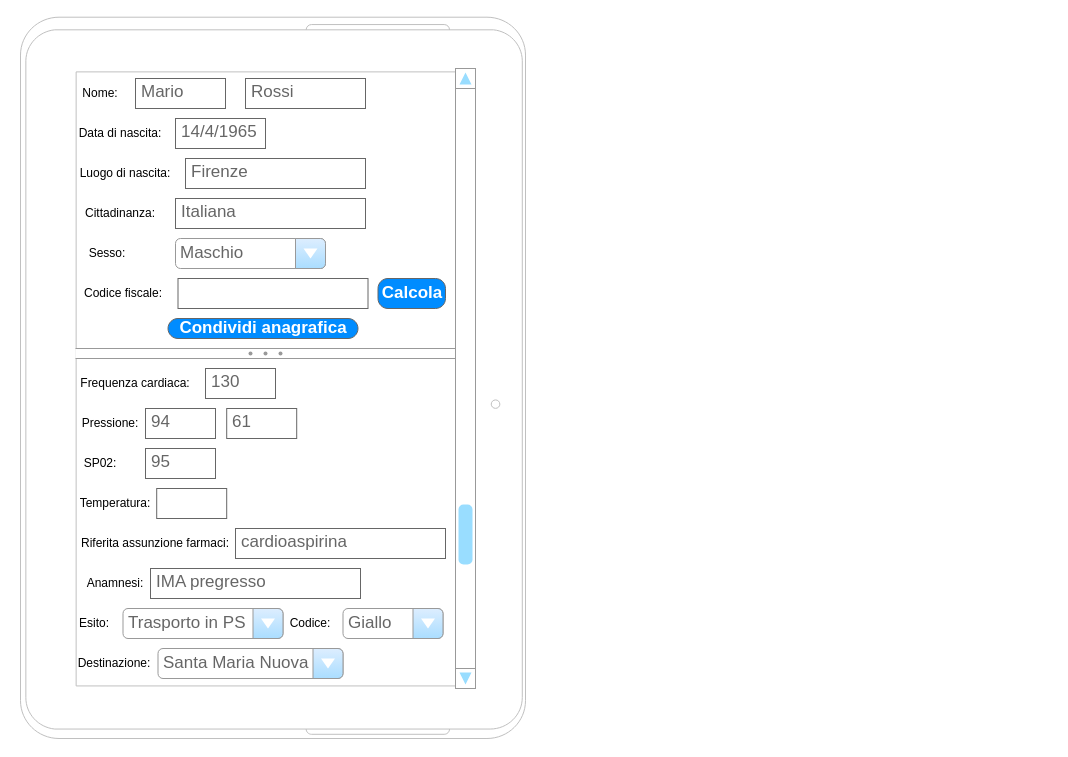
SimoMett/118-med-portal keeps this draw.io diagram as page "Soccorritore" (2 of 3) of doc/diagrams/mockups.drawio. Above is the earlier version. Source tidied: cells renumbered, new cells numbered last; positions are measured from the earlier drawing's top-left corner, leaving out a move shared by most shapes. Both pictures are drawn from the tidied source at 100%, with x=0, y=0 at pixel (20, 17).
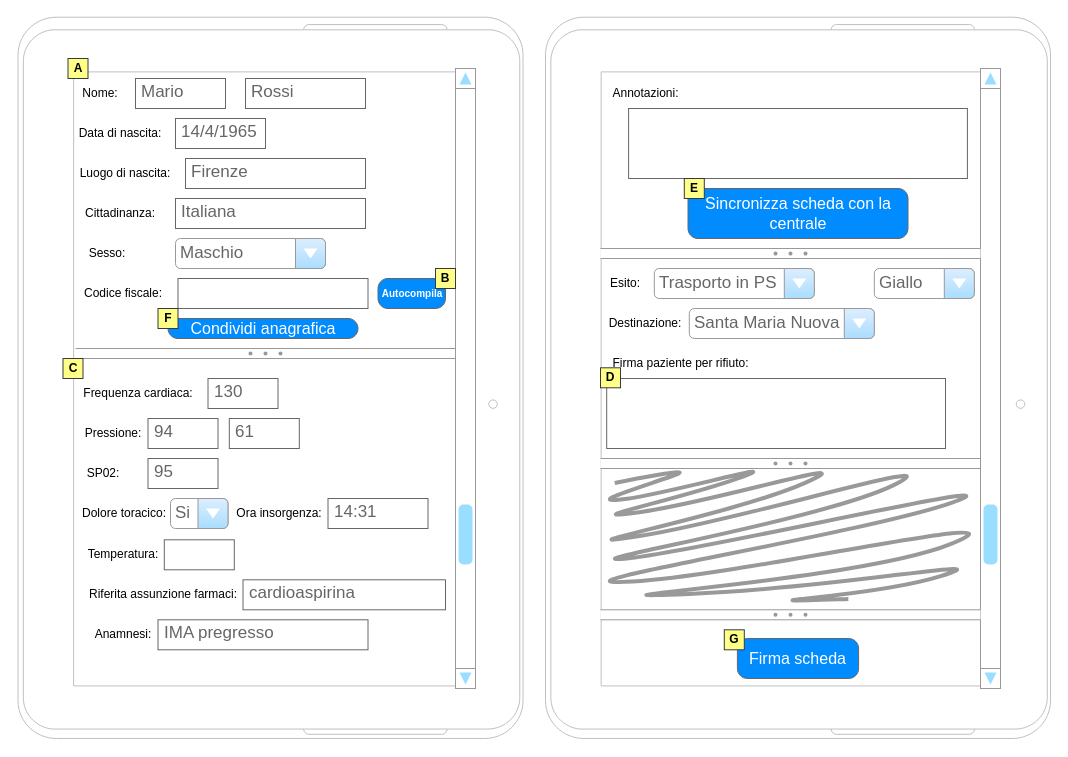
The same page after the edit.

Diff of the diagram source:
```diff
@@
     <mxCell id="2" style="verticalLabelPosition=bottom;verticalAlign=top;html=1;shadow=0;dashed=0;strokeWidth=1;shape=mxgraph.android.tab2;strokeColor=#c0c0c0;" parent="1" vertex="1">
-      <mxGeometry y="-0.3" width="505" height="721.3" as="geometry" />
+      <mxGeometry x="-2.5" y="-0.3" width="505" height="721.3" as="geometry" />
     </mxCell>
@@
-    <mxCell id="14" value="Calcola" style="strokeWidth=1;shadow=0;dashed=0;align=center;html=1;shape=mxgraph.mockup.buttons.button;strokeColor=#666666;fontColor=#ffffff;mainText=;buttonStyle=round;fontSize=17;fontStyle=1;fillColor=#008cff;whiteSpace=wrap;" parent="1" vertex="1">
+    <mxCell id="14" value="Autocompila" style="strokeWidth=1;shadow=0;dashed=0;align=center;html=1;shape=mxgraph.mockup.buttons.button;strokeColor=#666666;fontColor=#ffffff;mainText=;buttonStyle=round;fontSize=10;fontStyle=1;fillColor=#008cff;whiteSpace=wrap;" parent="1" vertex="1">
       <mxGeometry x="357.5" y="261" width="67.5" height="30" as="geometry" />
     </mxCell>
@@
-    <mxCell id="18" value="Condividi anagrafica" style="strokeWidth=1;shadow=0;dashed=0;align=center;html=1;shape=mxgraph.mockup.buttons.button;strokeColor=#666666;fontColor=#ffffff;mainText=;buttonStyle=round;fontSize=17;fontStyle=1;fillColor=#008cff;whiteSpace=wrap;" parent="1" vertex="1">
+    <mxCell id="18" value="Condividi anagrafica" style="strokeWidth=1;shadow=0;dashed=0;align=center;html=1;shape=mxgraph.mockup.buttons.button;strokeColor=#666666;fontColor=#ffffff;mainText=;buttonStyle=round;fontSize=16;fontStyle=0;fillColor=#008cff;whiteSpace=wrap;" parent="1" vertex="1">
       <mxGeometry x="147.5" y="301" width="190" height="20" as="geometry" />
     </mxCell>
     <mxCell id="19" value="Frequenza cardiaca:" style="text;html=1;align=center;verticalAlign=middle;whiteSpace=wrap;rounded=0;" parent="1" vertex="1">
-      <mxGeometry x="55" y="351" width="120" height="30" as="geometry" />
+      <mxGeometry x="57.5" y="361" width="120" height="30" as="geometry" />
     </mxCell>
     <mxCell id="20" value="130" style="strokeWidth=1;shadow=0;dashed=0;align=center;html=1;shape=mxgraph.mockup.text.textBox;fontColor=#666666;align=left;fontSize=17;spacingLeft=4;spacingTop=-3;whiteSpace=wrap;strokeColor=#666666;mainText=;" parent="1" vertex="1">
-      <mxGeometry x="185" y="351" width="70" height="30" as="geometry" />
+      <mxGeometry x="187.5" y="361" width="70" height="30" as="geometry" />
     </mxCell>
     <mxCell id="21" value="61" style="strokeWidth=1;shadow=0;dashed=0;align=center;html=1;shape=mxgraph.mockup.text.textBox;fontColor=#666666;align=left;fontSize=17;spacingLeft=4;spacingTop=-3;whiteSpace=wrap;strokeColor=#666666;mainText=;" parent="1" vertex="1">
-      <mxGeometry x="206.2" y="391" width="70" height="30" as="geometry" />
+      <mxGeometry x="208.8" y="401" width="70" height="30" as="geometry" />
     </mxCell>
     <mxCell id="22" value="Pressione:" style="text;html=1;align=center;verticalAlign=middle;whiteSpace=wrap;rounded=0;" parent="1" vertex="1">
-      <mxGeometry x="55" y="391" width="70" height="30" as="geometry" />
+      <mxGeometry x="57.5" y="401" width="70" height="30" as="geometry" />
     </mxCell>
     <mxCell id="23" value="94" style="strokeWidth=1;shadow=0;dashed=0;align=center;html=1;shape=mxgraph.mockup.text.textBox;fontColor=#666666;align=left;fontSize=17;spacingLeft=4;spacingTop=-3;whiteSpace=wrap;strokeColor=#666666;mainText=;" parent="1" vertex="1">
-      <mxGeometry x="125" y="391" width="70" height="30" as="geometry" />
+      <mxGeometry x="127.5" y="401" width="70" height="30" as="geometry" />
     </mxCell>
     <mxCell id="24" value="SP02:" style="text;html=1;align=center;verticalAlign=middle;whiteSpace=wrap;rounded=0;" parent="1" vertex="1">
-      <mxGeometry x="55" y="431" width="50" height="30" as="geometry" />
+      <mxGeometry x="57.5" y="441" width="50" height="30" as="geometry" />
     </mxCell>
     <mxCell id="25" value="95" style="strokeWidth=1;shadow=0;dashed=0;align=center;html=1;shape=mxgraph.mockup.text.textBox;fontColor=#666666;align=left;fontSize=17;spacingLeft=4;spacingTop=-3;whiteSpace=wrap;strokeColor=#666666;mainText=;" parent="1" vertex="1">
-      <mxGeometry x="125" y="431" width="70" height="30" as="geometry" />
+      <mxGeometry x="127.5" y="441" width="70" height="30" as="geometry" />
     </mxCell>
     <mxCell id="26" value="Temperatura:" style="text;html=1;align=center;verticalAlign=middle;whiteSpace=wrap;rounded=0;" parent="1" vertex="1">
-      <mxGeometry x="55" y="471" width="80" height="30" as="geometry" />
+      <mxGeometry x="62.5" y="522.3" width="80" height="30" as="geometry" />
     </mxCell>
     <mxCell id="27" style="strokeWidth=1;shadow=0;dashed=0;align=center;html=1;shape=mxgraph.mockup.text.textBox;fontColor=#666666;align=left;fontSize=17;spacingLeft=4;spacingTop=-3;whiteSpace=wrap;strokeColor=#666666;mainText=;" parent="1" vertex="1">
-      <mxGeometry x="136.2" y="471" width="70" height="30" as="geometry" />
+      <mxGeometry x="143.8" y="522.3" width="70" height="30" as="geometry" />
     </mxCell>
-    <mxCell id="28" value="Esito:" style="text;html=1;align=center;verticalAlign=middle;whiteSpace=wrap;rounded=0;" parent="1" vertex="1">
-      <mxGeometry x="55" y="591" width="37.5" height="30" as="geometry" />
-    </mxCell>
-    <mxCell id="29" value="Trasporto in PS" style="strokeWidth=1;shadow=0;dashed=0;align=center;html=1;shape=mxgraph.mockup.forms.comboBox;strokeColor=#999999;fillColor=#ddeeff;align=left;fillColor2=#aaddff;mainText=;fontColor=#666666;fontSize=17;spacingLeft=3;" parent="1" vertex="1">
-      <mxGeometry x="102.5" y="591" width="160" height="30" as="geometry" />
-    </mxCell>
-    <mxCell id="30" value="Codice:" style="text;html=1;align=center;verticalAlign=middle;whiteSpace=wrap;rounded=0;" parent="1" vertex="1">
-      <mxGeometry x="265" y="591" width="50" height="30" as="geometry" />
-    </mxCell>
-    <mxCell id="31" value="Giallo" style="strokeWidth=1;shadow=0;dashed=0;align=center;html=1;shape=mxgraph.mockup.forms.comboBox;strokeColor=#999999;fillColor=#ddeeff;align=left;fillColor2=#aaddff;mainText=;fontColor=#666666;fontSize=17;spacingLeft=3;" parent="1" vertex="1">
-      <mxGeometry x="322.5" y="591" width="100" height="30" as="geometry" />
-    </mxCell>
-    <mxCell id="32" value="Destinazione:" style="text;html=1;align=center;verticalAlign=middle;whiteSpace=wrap;rounded=0;" parent="1" vertex="1">
-      <mxGeometry x="55" y="631" width="77.5" height="30" as="geometry" />
-    </mxCell>
-    <mxCell id="33" value="Santa Maria Nuova" style="strokeWidth=1;shadow=0;dashed=0;align=center;html=1;shape=mxgraph.mockup.forms.comboBox;strokeColor=#999999;fillColor=#ddeeff;align=left;fillColor2=#aaddff;mainText=;fontColor=#666666;fontSize=17;spacingLeft=3;" parent="1" vertex="1">
-      <mxGeometry x="137.5" y="631" width="185" height="30" as="geometry" />
-    </mxCell>
@@
     <mxCell id="35" value="Riferita assunzione farmaci:" style="text;html=1;align=center;verticalAlign=middle;whiteSpace=wrap;rounded=0;" parent="1" vertex="1">
-      <mxGeometry x="55" y="511" width="160" height="30" as="geometry" />
+      <mxGeometry x="62.5" y="562.3" width="160" height="30" as="geometry" />
     </mxCell>
     <mxCell id="36" value="cardioaspirina" style="strokeWidth=1;shadow=0;dashed=0;align=center;html=1;shape=mxgraph.mockup.text.textBox;fontColor=#666666;align=left;fontSize=17;spacingLeft=4;spacingTop=-3;whiteSpace=wrap;strokeColor=#666666;mainText=;" parent="1" vertex="1">
-      <mxGeometry x="215" y="511" width="210" height="30" as="geometry" />
+      <mxGeometry x="222.5" y="562.3" width="202.5" height="30" as="geometry" />
     </mxCell>
     <mxCell id="37" value="Anamnesi:" style="text;html=1;align=center;verticalAlign=middle;whiteSpace=wrap;rounded=0;" parent="1" vertex="1">
-      <mxGeometry x="60" y="551" width="70" height="30" as="geometry" />
+      <mxGeometry x="67.5" y="602.3" width="70" height="30" as="geometry" />
     </mxCell>
     <mxCell id="38" value="IMA pregresso" style="strokeWidth=1;shadow=0;dashed=0;align=center;html=1;shape=mxgraph.mockup.text.textBox;fontColor=#666666;align=left;fontSize=17;spacingLeft=4;spacingTop=-3;whiteSpace=wrap;strokeColor=#666666;mainText=;" parent="1" vertex="1">
-      <mxGeometry x="130" y="551" width="210" height="30" as="geometry" />
+      <mxGeometry x="137.5" y="602.3" width="210" height="30" as="geometry" />
     </mxCell>
+    <mxCell id="39" style="verticalLabelPosition=bottom;verticalAlign=top;html=1;shadow=0;dashed=0;strokeWidth=1;shape=mxgraph.android.tab2;strokeColor=#c0c0c0;" parent="1" vertex="1">
+      <mxGeometry x="525" y="-0.3" width="505" height="721.3" as="geometry" />
+    </mxCell>
+    <mxCell id="40" style="verticalLabelPosition=bottom;shadow=0;dashed=0;align=center;html=1;verticalAlign=top;strokeWidth=1;shape=mxgraph.mockup.forms.splitter;strokeColor=#999999;" parent="1" vertex="1">
+      <mxGeometry x="580" y="441" width="380" height="10" as="geometry" />
+    </mxCell>
+    <mxCell id="28" value="Esito:" style="text;html=1;align=center;verticalAlign=middle;whiteSpace=wrap;rounded=0;" parent="1" vertex="1">
+      <mxGeometry x="586.2" y="251" width="37.5" height="30" as="geometry" />
+    </mxCell>
+    <mxCell id="29" value="Trasporto in PS" style="strokeWidth=1;shadow=0;dashed=0;align=center;html=1;shape=mxgraph.mockup.forms.comboBox;strokeColor=#999999;fillColor=#ddeeff;align=left;fillColor2=#aaddff;mainText=;fontColor=#666666;fontSize=17;spacingLeft=3;" parent="1" vertex="1">
+      <mxGeometry x="633.8" y="251" width="160" height="30" as="geometry" />
+    </mxCell>
+    <mxCell id="31" value="Giallo" style="strokeWidth=1;shadow=0;dashed=0;align=center;html=1;shape=mxgraph.mockup.forms.comboBox;strokeColor=#999999;fillColor=#ddeeff;align=left;fillColor2=#aaddff;mainText=;fontColor=#666666;fontSize=17;spacingLeft=3;" parent="1" vertex="1">
+      <mxGeometry x="853.8" y="251" width="100" height="30" as="geometry" />
+    </mxCell>
+    <mxCell id="32" value="Destinazione:" style="text;html=1;align=center;verticalAlign=middle;whiteSpace=wrap;rounded=0;" parent="1" vertex="1">
+      <mxGeometry x="586.2" y="291" width="77.5" height="30" as="geometry" />
+    </mxCell>
+    <mxCell id="33" value="Santa Maria Nuova" style="strokeWidth=1;shadow=0;dashed=0;align=center;html=1;shape=mxgraph.mockup.forms.comboBox;strokeColor=#999999;fillColor=#ddeeff;align=left;fillColor2=#aaddff;mainText=;fontColor=#666666;fontSize=17;spacingLeft=3;" parent="1" vertex="1">
+      <mxGeometry x="668.8" y="291" width="185" height="30" as="geometry" />
+    </mxCell>
+    <mxCell id="41" style="verticalLabelPosition=bottom;shadow=0;dashed=0;align=center;html=1;verticalAlign=top;strokeWidth=1;shape=mxgraph.mockup.navigation.scrollBar;strokeColor=#999999;barPos=20;fillColor2=#99ddff;strokeColor2=none;direction=north;" parent="1" vertex="1">
+      <mxGeometry x="960" y="51" width="12.5" height="620" as="geometry" />
+    </mxCell>
+    <mxCell id="42" value="Sincronizza scheda con la centrale" style="strokeWidth=1;shadow=0;dashed=0;align=center;html=1;shape=mxgraph.mockup.buttons.button;strokeColor=#666666;fontColor=#ffffff;mainText=;buttonStyle=round;fontSize=16;fontStyle=0;fillColor=#008cff;whiteSpace=wrap;" parent="1" vertex="1">
+      <mxGeometry x="667.5" y="171" width="220" height="50" as="geometry" />
+    </mxCell>
+    <mxCell id="43" value="Firma paziente per rifiuto:" style="text;html=1;align=center;verticalAlign=middle;whiteSpace=wrap;rounded=0;" parent="1" vertex="1">
+      <mxGeometry x="586.2" y="331" width="148.8" height="30" as="geometry" />
+    </mxCell>
+    <mxCell id="44" style="strokeWidth=1;shadow=0;dashed=0;align=center;html=1;shape=mxgraph.mockup.text.textBox;fontColor=#666666;align=left;fontSize=17;spacingLeft=4;spacingTop=-3;whiteSpace=wrap;strokeColor=#666666;mainText=;" parent="1" vertex="1">
+      <mxGeometry x="586.2" y="361" width="338.8" height="70" as="geometry" />
+    </mxCell>
+    <mxCell id="45" value="Dolore toracico:" style="text;html=1;align=center;verticalAlign=middle;whiteSpace=wrap;rounded=0;" parent="1" vertex="1">
+      <mxGeometry x="60" y="481" width="87.5" height="30" as="geometry" />
+    </mxCell>
+    <mxCell id="46" value="Si" style="strokeWidth=1;shadow=0;dashed=0;align=center;html=1;shape=mxgraph.mockup.forms.comboBox;strokeColor=#999999;fillColor=#ddeeff;align=left;fillColor2=#aaddff;mainText=;fontColor=#666666;fontSize=17;spacingLeft=3;" parent="1" vertex="1">
+      <mxGeometry x="150" y="481" width="57.5" height="30" as="geometry" />
+    </mxCell>
+    <mxCell id="47" value="Ora insorgenza:" style="text;html=1;align=center;verticalAlign=middle;whiteSpace=wrap;rounded=0;" parent="1" vertex="1">
+      <mxGeometry x="210" y="481" width="97.5" height="30" as="geometry" />
+    </mxCell>
+    <mxCell id="48" value="14:31" style="strokeWidth=1;shadow=0;dashed=0;align=center;html=1;shape=mxgraph.mockup.text.textBox;fontColor=#666666;align=left;fontSize=17;spacingLeft=4;spacingTop=-3;whiteSpace=wrap;strokeColor=#666666;mainText=;" parent="1" vertex="1">
+      <mxGeometry x="307.5" y="481" width="100" height="30" as="geometry" />
+    </mxCell>
+    <mxCell id="49" style="verticalLabelPosition=bottom;shadow=0;dashed=0;align=center;html=1;verticalAlign=top;strokeWidth=1;shape=mxgraph.mockup.forms.splitter;strokeColor=#999999;" parent="1" vertex="1">
+      <mxGeometry x="580" y="231" width="380" height="10" as="geometry" />
+    </mxCell>
+    <mxCell id="50" value="Annotazioni:" style="text;html=1;align=center;verticalAlign=middle;whiteSpace=wrap;rounded=0;" parent="1" vertex="1">
+      <mxGeometry x="586.2" y="61" width="78.8" height="30" as="geometry" />
+    </mxCell>
+    <mxCell id="51" style="strokeWidth=1;shadow=0;dashed=0;align=center;html=1;shape=mxgraph.mockup.text.textBox;fontColor=#666666;align=left;fontSize=17;spacingLeft=4;spacingTop=-3;whiteSpace=wrap;strokeColor=#666666;mainText=;" parent="1" vertex="1">
+      <mxGeometry x="608.1" y="91" width="338.8" height="70" as="geometry" />
+    </mxCell>
+    <mxCell id="52" style="shape=mxgraph.mockup.markup.scratchOut;shadow=0;dashed=0;html=1;whiteSpace=wrap;strokeColor=#999999;strokeWidth=4;" parent="1" vertex="1">
+      <mxGeometry x="580" y="452.3" width="375" height="138.7" as="geometry" />
+    </mxCell>
+    <mxCell id="53" value="A" style="rounded=1;whiteSpace=wrap;html=1;fillColor=#ffff88;strokeColor=#36393d;fontStyle=1;arcSize=0;" parent="1" vertex="1">
+      <mxGeometry x="47.5" y="41" width="20" height="20" as="geometry" />
+    </mxCell>
+    <mxCell id="54" value="B" style="rounded=1;whiteSpace=wrap;html=1;fillColor=#ffff88;strokeColor=#36393d;fontStyle=1;arcSize=0;" parent="1" vertex="1">
+      <mxGeometry x="415" y="251" width="20" height="20" as="geometry" />
+    </mxCell>
+    <mxCell id="55" value="C" style="rounded=1;whiteSpace=wrap;html=1;fillColor=#ffff88;strokeColor=#36393d;fontStyle=1;arcSize=0;" parent="1" vertex="1">
+      <mxGeometry x="42.5" y="341" width="20" height="20" as="geometry" />
+    </mxCell>
+    <mxCell id="56" value="D" style="rounded=1;whiteSpace=wrap;html=1;fillColor=#ffff88;strokeColor=#36393d;fontStyle=1;arcSize=0;" parent="1" vertex="1">
+      <mxGeometry x="580" y="350.3" width="20" height="20" as="geometry" />
+    </mxCell>
+    <mxCell id="57" value="E" style="rounded=1;whiteSpace=wrap;html=1;fillColor=#ffff88;strokeColor=#36393d;fontStyle=1;arcSize=0;" parent="1" vertex="1">
+      <mxGeometry x="663.8" y="161" width="20" height="20" as="geometry" />
+    </mxCell>
+    <mxCell id="58" value="F" style="rounded=1;whiteSpace=wrap;html=1;fillColor=#ffff88;strokeColor=#36393d;fontStyle=1;arcSize=0;" parent="1" vertex="1">
+      <mxGeometry x="137.5" y="291" width="20" height="20" as="geometry" />
+    </mxCell>
+    <mxCell id="59" value="Firma scheda" style="strokeWidth=1;shadow=0;dashed=0;align=center;html=1;shape=mxgraph.mockup.buttons.button;strokeColor=#666666;fontColor=#ffffff;mainText=;buttonStyle=round;fontSize=16;fontStyle=0;fillColor=#008cff;whiteSpace=wrap;" parent="1" vertex="1">
+      <mxGeometry x="716.9" y="621" width="121.2" height="40" as="geometry" />
+    </mxCell>
+    <mxCell id="60" style="verticalLabelPosition=bottom;shadow=0;dashed=0;align=center;html=1;verticalAlign=top;strokeWidth=1;shape=mxgraph.mockup.forms.splitter;strokeColor=#999999;" parent="1" vertex="1">
+      <mxGeometry x="580" y="592.3" width="380" height="10" as="geometry" />
+    </mxCell>
+    <mxCell id="61" value="G" style="rounded=1;whiteSpace=wrap;html=1;fillColor=#ffff88;strokeColor=#36393d;fontStyle=1;arcSize=0;" parent="1" vertex="1">
+      <mxGeometry x="703.8" y="612.3" width="20" height="20" as="geometry" />
+    </mxCell>
```
